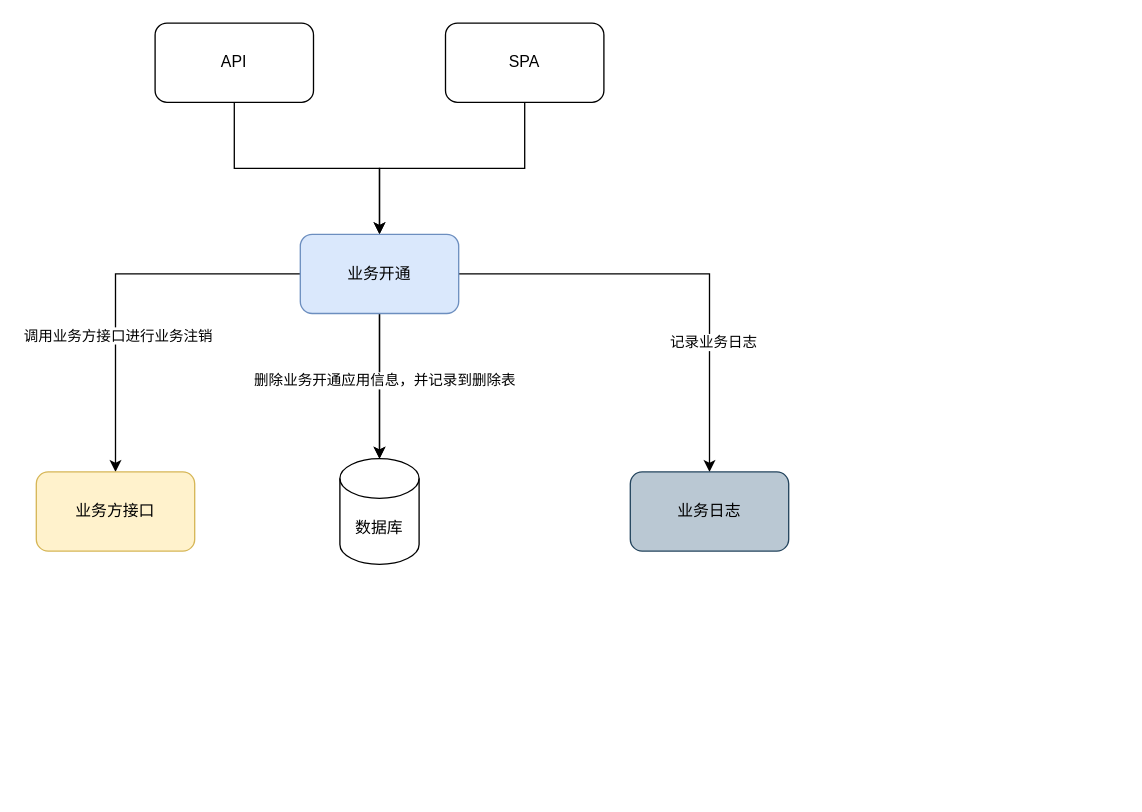
a444878151/draw keeps this draw.io diagram as 业务开通-应用注销.drawio. Above is the earlier version. Source tidied: cells renumbered, new cells numbered last; positions are measured from the earlier drawing's top-left corner, leaving out a move shared by most shapes. Both pictures are drawn from the tidied source at 132%, with x=0, y=0 at pixel (36, 22).
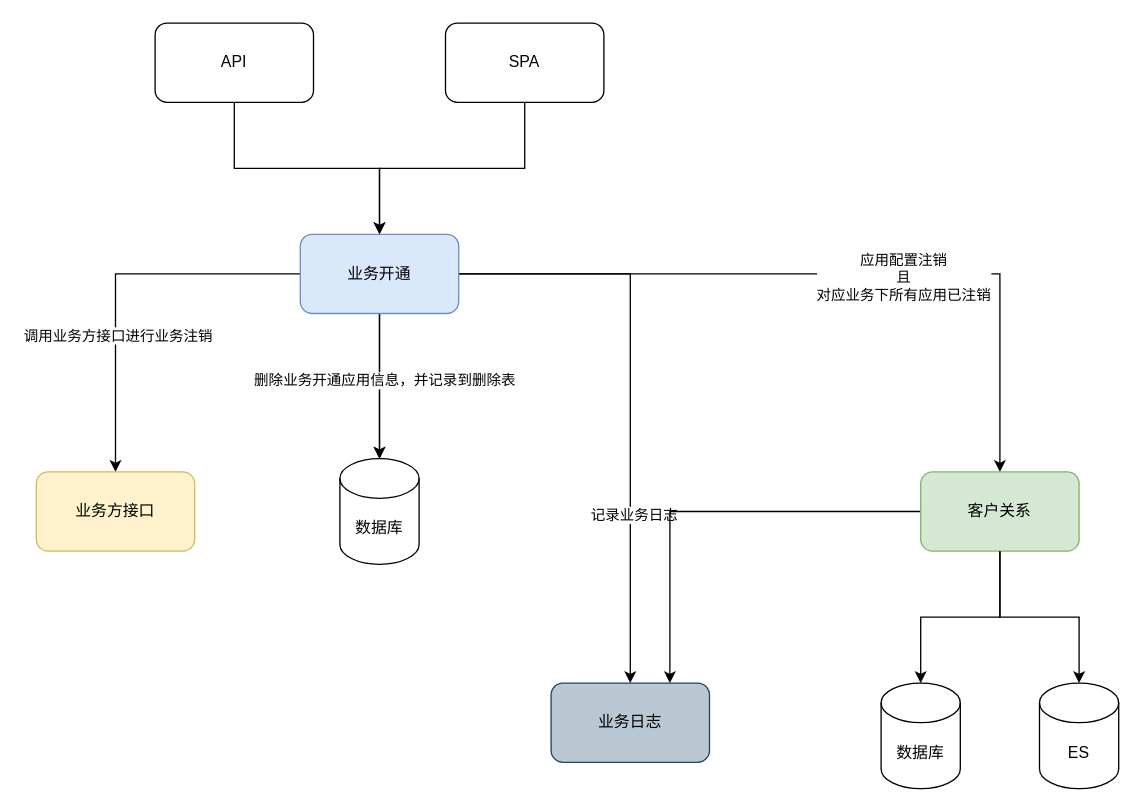
After the change.

Commit message:
更新业务开通-应用注销.drawio

The change refers to these unchanged cells:
```xml
<mxCell id="13" value="业务开通" style="rounded=1;whiteSpace=wrap;html=1;fillColor=#dae8fc;strokeColor=#6c8ebf;" parent="1" vertex="1">
  <mxGeometry x="200" y="160" width="120" height="60" as="geometry" />
</mxCell>
```

The edit, as a diff of the source:
```diff
@@
+    <mxCell id="17" style="edgeStyle=orthogonalEdgeStyle;rounded=0;jettySize=auto;html=1;exitX=1;exitY=0.5;exitDx=0;exitDy=0;" parent="1" edge="1" source="13" target="21">
+      <mxGeometry relative="1" as="geometry" />
+    </mxCell>
+    <mxCell id="18" value="应用配置注销&lt;br&gt;且&lt;br&gt;对应业务下所有应用已注销" style="edgeLabel;html=1;align=center;verticalAlign=middle;" parent="17" vertex="1">
+      <mxGeometry x="0.2" y="-2" relative="1" as="geometry" />
+    </mxCell>
@@
     <mxCell id="16" value="业务日志" style="rounded=1;whiteSpace=wrap;html=1;fillColor=#bac8d3;strokeColor=#23445d;" parent="1" vertex="1">
-      <mxGeometry x="450" y="340" width="120" height="60" as="geometry" />
+      <mxGeometry x="390" y="500" width="120" height="60" as="geometry" />
     </mxCell>
+    <mxCell id="19" style="edgeStyle=orthogonalEdgeStyle;rounded=0;jettySize=auto;html=1;exitX=0.5;exitY=1;exitDx=0;exitDy=0;" parent="1" edge="1" source="21" target="22">
+      <mxGeometry relative="1" as="geometry" />
+    </mxCell>
+    <mxCell id="20" style="edgeStyle=orthogonalEdgeStyle;rounded=0;jettySize=auto;html=1;exitX=0;exitY=0.5;exitDx=0;exitDy=0;entryX=0.75;entryY=0;entryDx=0;entryDy=0;" parent="1" edge="1" source="21" target="16">
+      <mxGeometry relative="1" as="geometry" />
+    </mxCell>
+    <mxCell id="21" value="客户关系" style="rounded=1;whiteSpace=wrap;html=1;fillColor=#d5e8d4;strokeColor=#82b366;" parent="1" vertex="1">
+      <mxGeometry x="670" y="340" width="120" height="60" as="geometry" />
+    </mxCell>
+    <mxCell id="22" value="数据库" style="shape=cylinder3;whiteSpace=wrap;html=1;boundedLbl=1;backgroundOutline=1;size=15;" parent="1" vertex="1">
+      <mxGeometry x="640" y="500" width="60" height="80" as="geometry" />
+    </mxCell>
+    <mxCell id="23" value="ES" style="shape=cylinder3;whiteSpace=wrap;html=1;boundedLbl=1;backgroundOutline=1;size=15;" parent="1" vertex="1">
+      <mxGeometry x="760" y="500" width="60" height="80" as="geometry" />
+    </mxCell>
+    <mxCell id="24" style="edgeStyle=orthogonalEdgeStyle;rounded=0;jettySize=auto;html=1;exitX=0.5;exitY=1;exitDx=0;exitDy=0;entryX=0.5;entryY=0;entryDx=0;entryDy=0;entryPerimeter=0;" parent="1" edge="1" source="21" target="23">
+      <mxGeometry relative="1" as="geometry" />
+    </mxCell>
```
